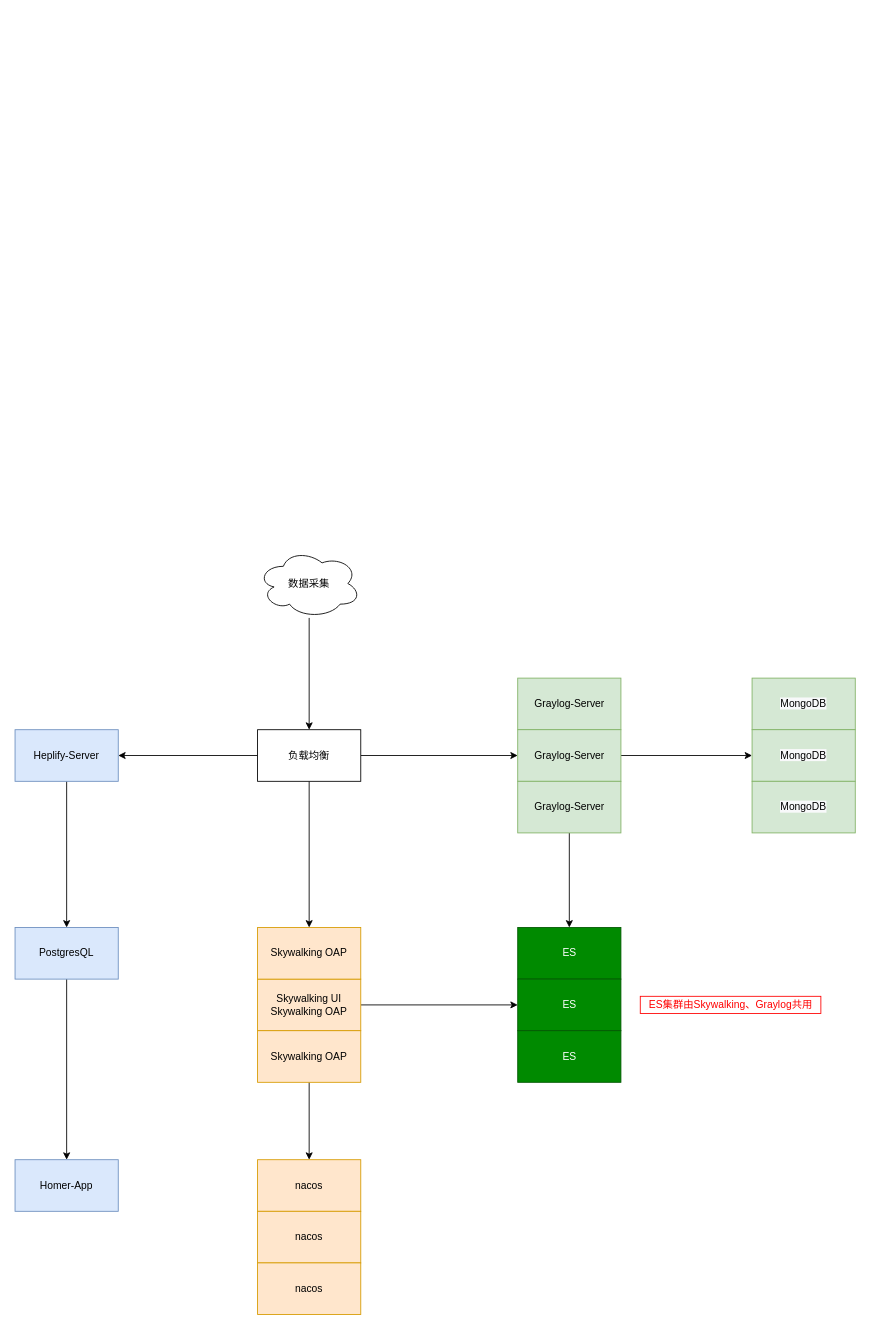
The draw.io diagram zabbix-Screens/运维架构图-20210122.drawio in datacloud21/Monitor, before the edit. Source tidied: cells renumbered, new cells numbered last; positions are measured from the earlier drawing's top-left corner, leaving out a move shared by most shapes. Both pictures are drawn from the tidied source at 86%, with x=0, y=0 at pixel (15, 549).
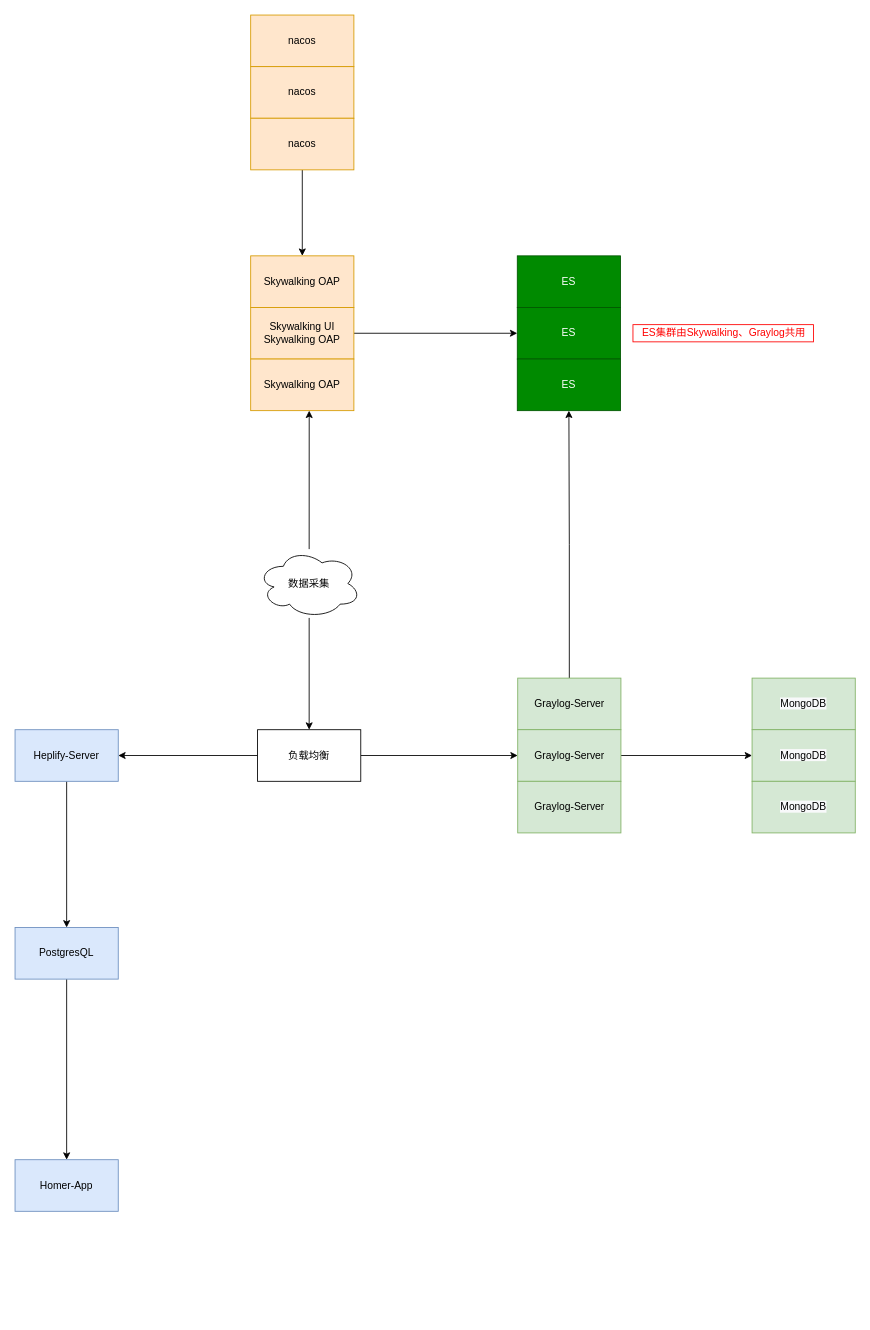
Above is the later version.

Commit message:
Update 运维架构图-20210122.drawio

Unchanged cells that the change refers to:
```xml
<mxCell id="2" value="Graylog-Server" style="rounded=0;whiteSpace=wrap;html=1;fillColor=#d5e8d4;strokeColor=#82b366;" parent="1" vertex="1">
  <mxGeometry x="584.5" y="150" width="120" height="60" as="geometry" />
</mxCell>
<mxCell id="7" value="Graylog-Server" style="rounded=0;whiteSpace=wrap;html=1;fillColor=#d5e8d4;strokeColor=#82b366;" parent="1" vertex="1">
  <mxGeometry x="584.5" y="270" width="120" height="60" as="geometry" />
</mxCell>
<mxCell id="16" value="负载均衡" style="rounded=0;whiteSpace=wrap;html=1;" parent="1" vertex="1">
  <mxGeometry x="282" y="210" width="120" height="60" as="geometry" />
</mxCell>
<mxCell id="26" value="数据采集" style="ellipse;shape=cloud;whiteSpace=wrap;html=1;" parent="1" vertex="1">
  <mxGeometry x="282" width="120" height="80" as="geometry" />
</mxCell>
```

Diff of the diagram source:
```diff
@@
+    <mxCell id="33" style="edgeStyle=orthogonalEdgeStyle;rounded=0;jettySize=auto;html=1;entryX=0.5;entryY=1;entryDx=0;entryDy=0;" parent="1" edge="1" source="2" target="12">
+      <mxGeometry relative="1" as="geometry" />
+    </mxCell>
@@
-    <mxCell id="6" style="edgeStyle=orthogonalEdgeStyle;rounded=0;jettySize=auto;html=1;entryX=0.5;entryY=0;entryDx=0;entryDy=0;" parent="1" edge="1" source="7" target="10">
-      <mxGeometry relative="1" as="geometry" />
-    </mxCell>
@@
     <mxCell id="10" value="ES" style="rounded=0;whiteSpace=wrap;html=1;fillColor=#008a00;strokeColor=#005700;fontColor=#ffffff;" parent="1" vertex="1">
-      <mxGeometry x="584.5" y="440" width="120" height="60" as="geometry" />
+      <mxGeometry x="584" y="-341" width="120" height="60" as="geometry" />
     </mxCell>
     <mxCell id="11" value="ES" style="rounded=0;whiteSpace=wrap;html=1;fillColor=#008a00;strokeColor=#005700;fontColor=#ffffff;" parent="1" vertex="1">
-      <mxGeometry x="584.5" y="500" width="120" height="60" as="geometry" />
+      <mxGeometry x="584" y="-281" width="120" height="60" as="geometry" />
     </mxCell>
     <mxCell id="12" value="ES" style="rounded=0;whiteSpace=wrap;html=1;fillColor=#008a00;strokeColor=#005700;fontColor=#ffffff;" parent="1" vertex="1">
-      <mxGeometry x="584.5" y="560" width="120" height="60" as="geometry" />
+      <mxGeometry x="584" y="-221" width="120" height="60" as="geometry" />
     </mxCell>
@@
-    <mxCell id="14" style="edgeStyle=orthogonalEdgeStyle;rounded=0;jettySize=auto;html=1;" parent="1" edge="1" source="16" target="21">
-      <mxGeometry relative="1" as="geometry" />
-    </mxCell>
@@
     <mxCell id="18" value="Skywalking UI&lt;br&gt;Skywalking OAP" style="rounded=0;whiteSpace=wrap;html=1;fillColor=#ffe6cc;strokeColor=#d79b00;" parent="1" vertex="1">
-      <mxGeometry x="282" y="500" width="120" height="60" as="geometry" />
+      <mxGeometry x="274" y="-281" width="120" height="60" as="geometry" />
     </mxCell>
-    <mxCell id="19" style="edgeStyle=orthogonalEdgeStyle;rounded=0;jettySize=auto;html=1;entryX=0.5;entryY=0;entryDx=0;entryDy=0;" parent="1" edge="1" source="20" target="22">
-      <mxGeometry relative="1" as="geometry" />
-    </mxCell>
     <mxCell id="20" value="Skywalking OAP" style="rounded=0;whiteSpace=wrap;html=1;fillColor=#ffe6cc;strokeColor=#d79b00;" parent="1" vertex="1">
-      <mxGeometry x="282" y="560" width="120" height="60" as="geometry" />
+      <mxGeometry x="274" y="-221" width="120" height="60" as="geometry" />
     </mxCell>
     <mxCell id="21" value="Skywalking OAP" style="rounded=0;whiteSpace=wrap;html=1;fillColor=#ffe6cc;strokeColor=#d79b00;" parent="1" vertex="1">
-      <mxGeometry x="282" y="440" width="120" height="60" as="geometry" />
+      <mxGeometry x="274" y="-341" width="120" height="60" as="geometry" />
     </mxCell>
     <mxCell id="22" value="nacos" style="rounded=0;whiteSpace=wrap;html=1;fillColor=#ffe6cc;strokeColor=#d79b00;" parent="1" vertex="1">
-      <mxGeometry x="282" y="710" width="120" height="60" as="geometry" />
+      <mxGeometry x="274" y="-621" width="120" height="60" as="geometry" />
     </mxCell>
     <mxCell id="23" value="nacos" style="rounded=0;whiteSpace=wrap;html=1;fillColor=#ffe6cc;strokeColor=#d79b00;" parent="1" vertex="1">
-      <mxGeometry x="282" y="770" width="120" height="60" as="geometry" />
+      <mxGeometry x="274" y="-561" width="120" height="60" as="geometry" />
     </mxCell>
+    <mxCell id="34" style="edgeStyle=orthogonalEdgeStyle;rounded=0;jettySize=auto;html=1;entryX=0.5;entryY=0;entryDx=0;entryDy=0;" parent="1" edge="1" source="24" target="21">
+      <mxGeometry relative="1" as="geometry" />
+    </mxCell>
     <mxCell id="24" value="nacos" style="rounded=0;whiteSpace=wrap;html=1;fillColor=#ffe6cc;strokeColor=#d79b00;" parent="1" vertex="1">
-      <mxGeometry x="282" y="830" width="120" height="60" as="geometry" />
+      <mxGeometry x="274" y="-501" width="120" height="60" as="geometry" />
     </mxCell>
@@
+    <mxCell id="35" style="edgeStyle=orthogonalEdgeStyle;rounded=0;jettySize=auto;html=1;entryX=0.567;entryY=1;entryDx=0;entryDy=0;entryPerimeter=0;" parent="1" edge="1" source="26" target="20">
+      <mxGeometry relative="1" as="geometry" />
+    </mxCell>
@@
     <mxCell id="32" value="ES集群由Skywalking、Graylog共用" style="text;html=1;align=center;verticalAlign=middle;strokeColor=#FF0000;fontColor=#FF0000;" parent="1" vertex="1">
-      <mxGeometry x="727" y="520" width="210" height="20" as="geometry" />
+      <mxGeometry x="718.5" y="-261" width="210" height="20" as="geometry" />
     </mxCell>
```
